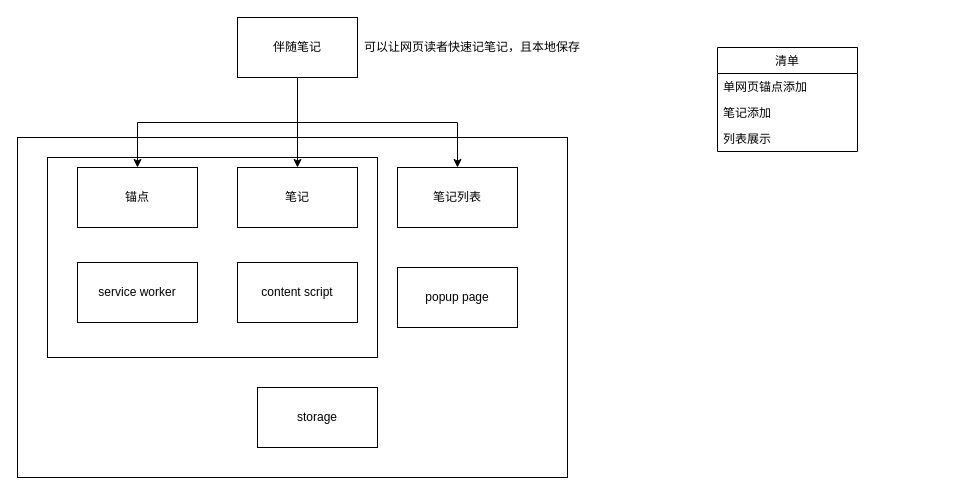
Above: 分析.drawio in zwsznb/anchor-note (draw.io), before the change. Source tidied: cells renumbered, new cells numbered last; positions are measured from the earlier drawing's top-left corner, leaving out a move shared by most shapes. Both pictures are drawn from the tidied source at 100%, with x=0, y=0 at pixel (17, 17).
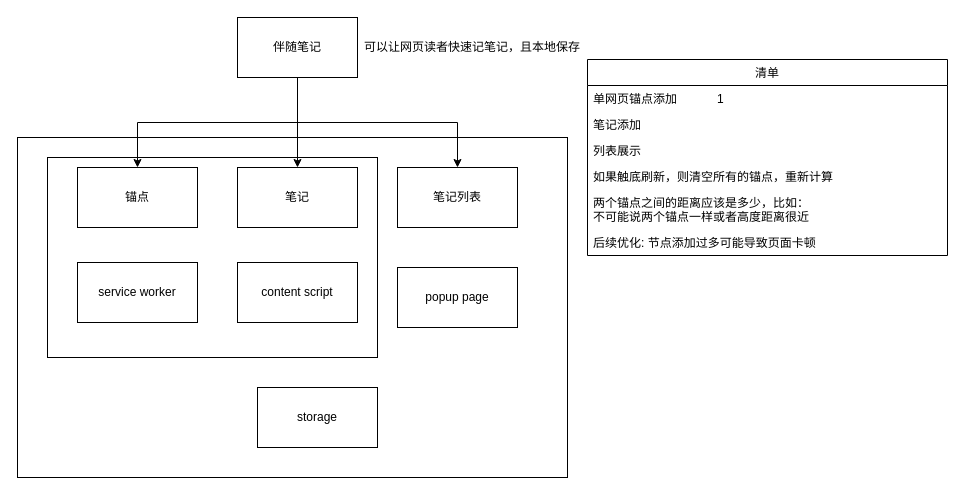
The same page after the edit.

Change to the diagram source:
```diff
@@
     <mxCell id="16" value="清单" style="swimlane;fontStyle=0;horizontal=1;startSize=26;" parent="1" vertex="1">
-      <mxGeometry x="700" y="30" width="140" height="104" as="geometry" />
+      <mxGeometry x="570" y="42" width="360" height="196" as="geometry" />
     </mxCell>
-    <mxCell id="17" value="单网页锚点添加" style="text;strokeColor=none;fillColor=none;align=left;verticalAlign=top;spacingLeft=4;spacingRight=4;overflow=hidden;" parent="16" vertex="1">
-      <mxGeometry y="26" width="140" height="26" as="geometry" />
+    <mxCell id="17" value="单网页锚点添加            1" style="text;strokeColor=none;fillColor=none;align=left;verticalAlign=top;spacingLeft=4;spacingRight=4;overflow=hidden;" parent="16" vertex="1">
+      <mxGeometry y="26" width="360" height="26" as="geometry" />
     </mxCell>
     <mxCell id="18" value="笔记添加" style="text;strokeColor=none;fillColor=none;align=left;verticalAlign=top;spacingLeft=4;spacingRight=4;overflow=hidden;" parent="16" vertex="1">
-      <mxGeometry y="52" width="140" height="26" as="geometry" />
+      <mxGeometry y="52" width="360" height="26" as="geometry" />
     </mxCell>
     <mxCell id="19" value="列表展示" style="text;strokeColor=none;fillColor=none;align=left;verticalAlign=top;spacingLeft=4;spacingRight=4;overflow=hidden;" parent="16" vertex="1">
-      <mxGeometry y="78" width="140" height="26" as="geometry" />
+      <mxGeometry y="78" width="360" height="26" as="geometry" />
     </mxCell>
+    <mxCell id="20" value="如果触底刷新，则清空所有的锚点，重新计算" style="text;strokeColor=none;fillColor=none;align=left;verticalAlign=top;spacingLeft=4;spacingRight=4;overflow=hidden;" parent="16" vertex="1">
+      <mxGeometry y="104" width="360" height="26" as="geometry" />
+    </mxCell>
+    <mxCell id="21" value="两个锚点之间的距离应该是多少，比如：&#10;不可能说两个锚点一样或者高度距离很近" style="text;strokeColor=none;fillColor=none;align=left;verticalAlign=top;spacingLeft=4;spacingRight=4;overflow=hidden;" parent="16" vertex="1">
+      <mxGeometry y="130" width="360" height="40" as="geometry" />
+    </mxCell>
+    <mxCell id="22" value="后续优化: 节点添加过多可能导致页面卡顿" style="text;strokeColor=none;fillColor=none;align=left;verticalAlign=top;spacingLeft=4;spacingRight=4;overflow=hidden;" parent="16" vertex="1">
+      <mxGeometry y="170" width="360" height="26" as="geometry" />
+    </mxCell>
```
